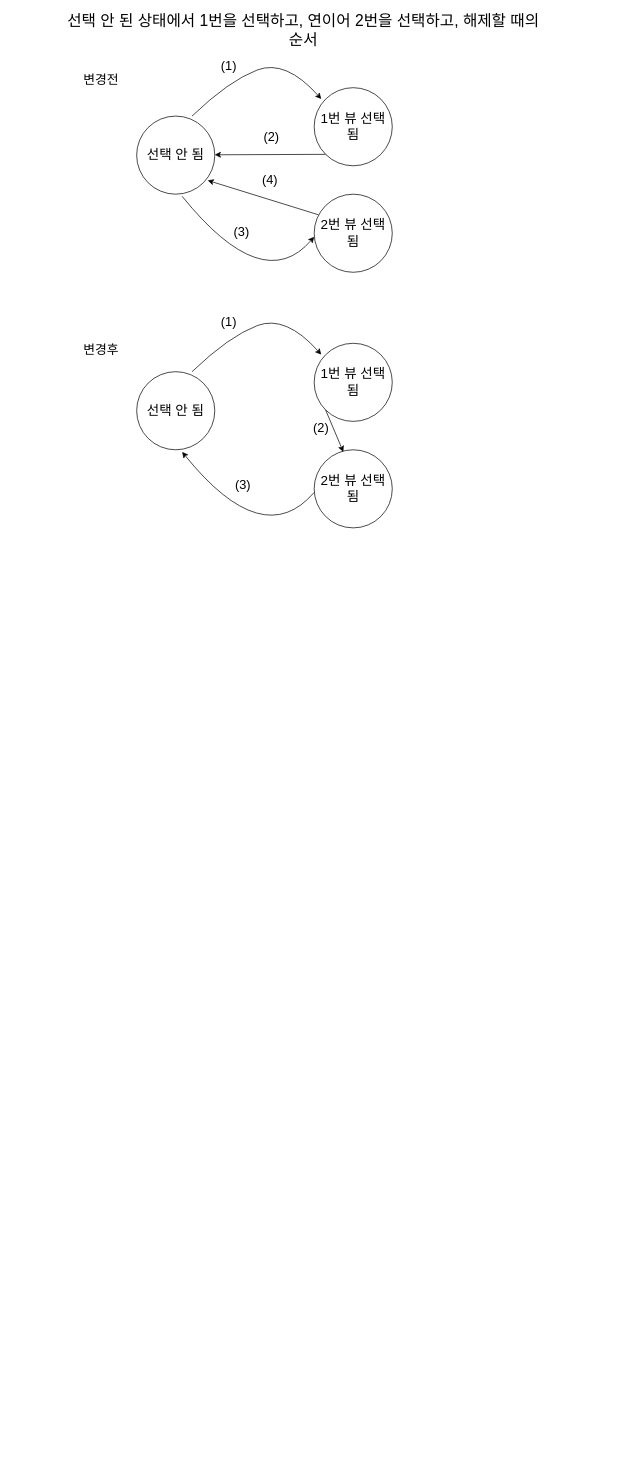
Earlier version of the draw.io diagram MarkerView.drawio (pearl7721User1/DrawIOs). Source tidied: cells renumbered, new cells numbered last; positions are measured from the earlier drawing's top-left corner, leaving out a move shared by most shapes. Both pictures are drawn from the tidied source at 71%, with x=0, y=0 at pixel (58, 16).
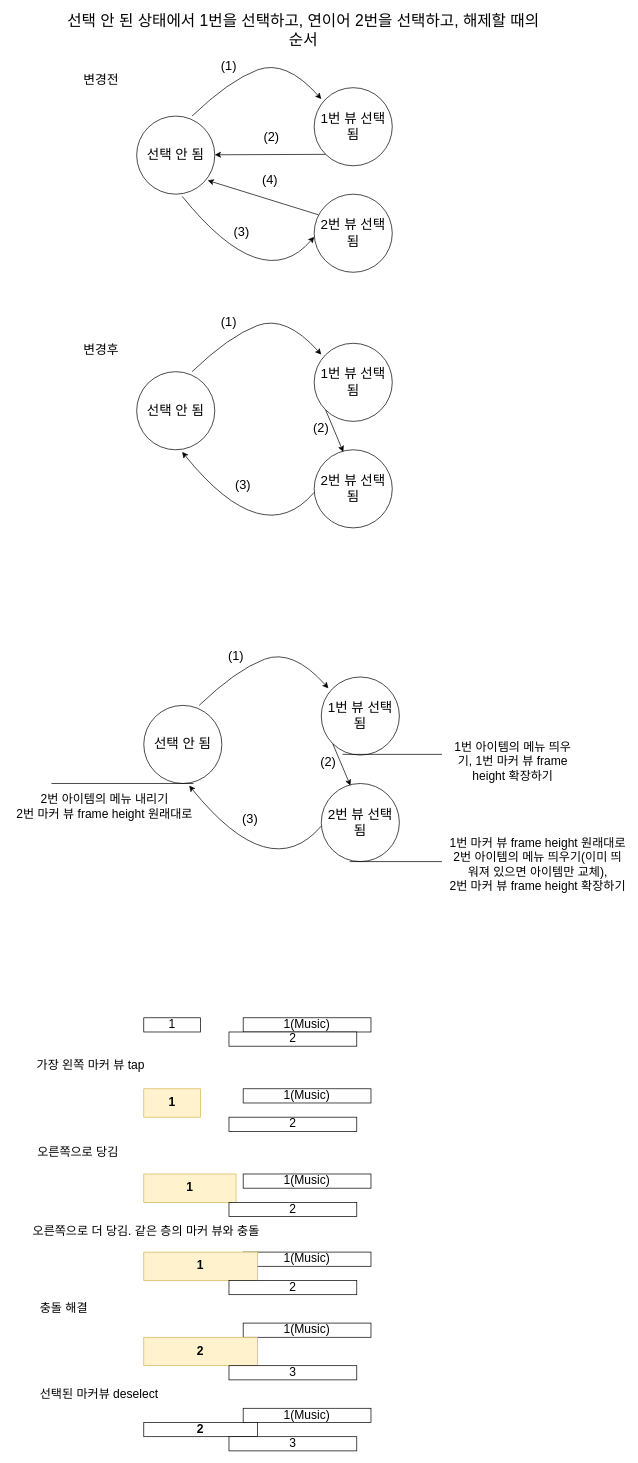
Above is the later version.

Change to the diagram source:
```diff
@@
+    <mxCell id="25" value="&lt;font style=&quot;font-size: 19px&quot;&gt;선택 안 됨&lt;/font&gt;" style="ellipse;whiteSpace=wrap;html=1;" parent="1" vertex="1">
+      <mxGeometry x="120" y="970" width="110" height="110" as="geometry" />
+    </mxCell>
+    <mxCell id="26" value="&lt;font style=&quot;font-size: 19px&quot;&gt;1번 뷰 선택됨&lt;/font&gt;" style="ellipse;whiteSpace=wrap;html=1;" parent="1" vertex="1">
+      <mxGeometry x="370" y="930" width="110" height="110" as="geometry" />
+    </mxCell>
+    <mxCell id="27" value="&lt;font style=&quot;font-size: 19px&quot;&gt;2번 뷰 선택됨&lt;/font&gt;" style="ellipse;whiteSpace=wrap;html=1;" parent="1" vertex="1">
+      <mxGeometry x="370" y="1080" width="110" height="110" as="geometry" />
+    </mxCell>
+    <mxCell id="28" style="curved=1;endArrow=classic;html=1;entryX=0.091;entryY=0.145;entryDx=0;entryDy=0;entryPerimeter=0;exitX=0.709;exitY=0;exitDx=0;exitDy=0;exitPerimeter=0;" parent="1" edge="1" source="25" target="26">
+      <mxGeometry relative="1" as="geometry">
+        <Array as="points">
+          <mxPoint x="250" y="920" />
+          <mxPoint x="330" y="890" />
+        </Array>
+      </mxGeometry>
+    </mxCell>
+    <mxCell id="29" style="curved=1;endArrow=none;html=1;entryX=0.091;entryY=0.145;entryDx=0;entryDy=0;entryPerimeter=0;exitX=0.582;exitY=1.027;exitDx=0;exitDy=0;exitPerimeter=0;startArrow=classic;startFill=1;endFill=0;" parent="1" edge="1" source="25">
+      <mxGeometry relative="1" as="geometry">
+        <mxPoint x="370" y="1140" as="targetPoint" />
+        <Array as="points">
+          <mxPoint x="298" y="1224" />
+        </Array>
+      </mxGeometry>
+    </mxCell>
+    <mxCell id="30" style="endArrow=classic;html=1;exitX=0;exitY=1;exitDx=0;exitDy=0;entryX=0.373;entryY=0.027;entryDx=0;entryDy=0;entryPerimeter=0;" parent="1" edge="1" source="26" target="27">
+      <mxGeometry relative="1" as="geometry" />
+    </mxCell>
+    <mxCell id="31" value="(1)" style="text;html=1;strokeColor=none;fillColor=none;align=center;verticalAlign=middle;whiteSpace=wrap;rounded=0;fontSize=18;" parent="1" vertex="1">
+      <mxGeometry x="230" y="890" width="40" height="20" as="geometry" />
+    </mxCell>
+    <mxCell id="32" value="(2)" style="text;html=1;strokeColor=none;fillColor=none;align=center;verticalAlign=middle;whiteSpace=wrap;rounded=0;fontSize=18;" parent="1" vertex="1">
+      <mxGeometry x="360" y="1040" width="40" height="20" as="geometry" />
+    </mxCell>
+    <mxCell id="33" value="(3)" style="text;html=1;strokeColor=none;fillColor=none;align=center;verticalAlign=middle;whiteSpace=wrap;rounded=0;fontSize=18;" parent="1" vertex="1">
+      <mxGeometry x="250" y="1120" width="40" height="20" as="geometry" />
+    </mxCell>
+    <mxCell id="34" style="endArrow=none;html=1;" parent="1" edge="1">
+      <mxGeometry relative="1" as="geometry">
+        <mxPoint x="400" y="1039" as="sourcePoint" />
+        <mxPoint x="540" y="1039" as="targetPoint" />
+      </mxGeometry>
+    </mxCell>
+    <mxCell id="35" style="endArrow=none;html=1;" parent="1" edge="1">
+      <mxGeometry relative="1" as="geometry">
+        <mxPoint x="410" y="1190" as="sourcePoint" />
+        <mxPoint x="540" y="1190" as="targetPoint" />
+      </mxGeometry>
+    </mxCell>
+    <mxCell id="36" value="1번 아이템의 메뉴 띄우기, 1번 마커 뷰 frame height 확장하기" style="text;html=1;strokeColor=none;fillColor=none;align=center;verticalAlign=middle;whiteSpace=wrap;rounded=0;fontSize=17;" parent="1" vertex="1">
+      <mxGeometry x="550" y="1000" width="180" height="100" as="geometry" />
+    </mxCell>
+    <mxCell id="37" value="1번 마커 뷰 frame height 원래대로&lt;br&gt;2번 아이템의 메뉴 띄우기(이미 띄워져 있으면 아이템만 교체), &lt;br&gt;2번 마커 뷰 frame height 확장하기" style="text;html=1;strokeColor=none;fillColor=none;align=center;verticalAlign=middle;whiteSpace=wrap;rounded=0;fontSize=17;" parent="1" vertex="1">
+      <mxGeometry x="550" y="1145" width="250" height="100" as="geometry" />
+    </mxCell>
+    <mxCell id="38" style="endArrow=none;html=1;" parent="1" edge="1">
+      <mxGeometry relative="1" as="geometry">
+        <mxPoint x="-10" y="1080" as="sourcePoint" />
+        <mxPoint x="190" y="1080" as="targetPoint" />
+      </mxGeometry>
+    </mxCell>
+    <mxCell id="39" value="2번 아이템의 메뉴 내리기&lt;br&gt;2번 마커 뷰 frame height 원래대로" style="text;html=1;strokeColor=none;fillColor=none;align=center;verticalAlign=middle;whiteSpace=wrap;rounded=0;fontSize=17;" parent="1" vertex="1">
+      <mxGeometry x="-60" y="1080" width="250" height="65" as="geometry" />
+    </mxCell>
+    <mxCell id="40" value="1(Music)" style="rounded=0;whiteSpace=wrap;html=1;fontSize=17;" parent="1" vertex="1">
+      <mxGeometry x="260" y="1410" width="180" height="20" as="geometry" />
+    </mxCell>
+    <mxCell id="41" value="1" style="rounded=0;whiteSpace=wrap;html=1;fontSize=17;" parent="1" vertex="1">
+      <mxGeometry x="120" y="1410" width="80" height="20" as="geometry" />
+    </mxCell>
+    <mxCell id="42" value="2" style="rounded=0;whiteSpace=wrap;html=1;fontSize=17;" parent="1" vertex="1">
+      <mxGeometry x="240" y="1430" width="180" height="20" as="geometry" />
+    </mxCell>
+    <mxCell id="43" value="1(Music)" style="rounded=0;whiteSpace=wrap;html=1;fontSize=17;" parent="1" vertex="1">
+      <mxGeometry x="260" y="1510" width="180" height="20" as="geometry" />
+    </mxCell>
+    <mxCell id="44" value="1" style="rounded=0;whiteSpace=wrap;html=1;fontSize=17;fontStyle=1;fillColor=#fff2cc;strokeColor=#d6b656;" parent="1" vertex="1">
+      <mxGeometry x="120" y="1510" width="80" height="40" as="geometry" />
+    </mxCell>
+    <mxCell id="45" value="2" style="rounded=0;whiteSpace=wrap;html=1;fontSize=17;" parent="1" vertex="1">
+      <mxGeometry x="240" y="1550" width="180" height="20" as="geometry" />
+    </mxCell>
+    <mxCell id="46" value="1(Music)" style="rounded=0;whiteSpace=wrap;html=1;fontSize=17;" parent="1" vertex="1">
+      <mxGeometry x="260" y="1630" width="180" height="20" as="geometry" />
+    </mxCell>
+    <mxCell id="47" value="1" style="rounded=0;whiteSpace=wrap;html=1;fontSize=17;fontStyle=1;fillColor=#fff2cc;strokeColor=#d6b656;" parent="1" vertex="1">
+      <mxGeometry x="120" y="1630" width="130" height="40" as="geometry" />
+    </mxCell>
+    <mxCell id="48" value="2" style="rounded=0;whiteSpace=wrap;html=1;fontSize=17;" parent="1" vertex="1">
+      <mxGeometry x="240" y="1670" width="180" height="20" as="geometry" />
+    </mxCell>
+    <mxCell id="49" value="1(Music)" style="rounded=0;whiteSpace=wrap;html=1;fontSize=17;" parent="1" vertex="1">
+      <mxGeometry x="260" y="1740" width="180" height="20" as="geometry" />
+    </mxCell>
+    <mxCell id="50" value="1" style="rounded=0;whiteSpace=wrap;html=1;fontSize=17;fontStyle=1;fillColor=#fff2cc;strokeColor=#d6b656;" parent="1" vertex="1">
+      <mxGeometry x="120" y="1740" width="160" height="40" as="geometry" />
+    </mxCell>
+    <mxCell id="51" value="2" style="rounded=0;whiteSpace=wrap;html=1;fontSize=17;" parent="1" vertex="1">
+      <mxGeometry x="240" y="1780" width="180" height="20" as="geometry" />
+    </mxCell>
+    <mxCell id="52" value="1(Music)" style="rounded=0;whiteSpace=wrap;html=1;fontSize=17;" parent="1" vertex="1">
+      <mxGeometry x="260" y="1840" width="180" height="20" as="geometry" />
+    </mxCell>
+    <mxCell id="53" value="2" style="rounded=0;whiteSpace=wrap;html=1;fontSize=17;fontStyle=1;fillColor=#fff2cc;strokeColor=#d6b656;" parent="1" vertex="1">
+      <mxGeometry x="120" y="1860" width="160" height="40" as="geometry" />
+    </mxCell>
+    <mxCell id="54" value="3" style="rounded=0;whiteSpace=wrap;html=1;fontSize=17;" parent="1" vertex="1">
+      <mxGeometry x="240" y="1900" width="180" height="20" as="geometry" />
+    </mxCell>
+    <mxCell id="55" value="1(Music)" style="rounded=0;whiteSpace=wrap;html=1;fontSize=17;" parent="1" vertex="1">
+      <mxGeometry x="260" y="1960" width="180" height="20" as="geometry" />
+    </mxCell>
+    <mxCell id="56" value="2" style="rounded=0;whiteSpace=wrap;html=1;fontSize=17;fontStyle=1;" parent="1" vertex="1">
+      <mxGeometry x="120" y="1980" width="160" height="20" as="geometry" />
+    </mxCell>
+    <mxCell id="57" value="3" style="rounded=0;whiteSpace=wrap;html=1;fontSize=17;" parent="1" vertex="1">
+      <mxGeometry x="240" y="2000" width="180" height="20" as="geometry" />
+    </mxCell>
+    <mxCell id="58" value="가장 왼쪽 마커 뷰 tap" style="text;html=1;strokeColor=none;fillColor=none;align=center;verticalAlign=middle;whiteSpace=wrap;rounded=0;fontSize=17;" parent="1" vertex="1">
+      <mxGeometry x="-47" y="1468" width="185" height="20" as="geometry" />
+    </mxCell>
+    <mxCell id="59" value="오른쪽으로 당김" style="text;html=1;strokeColor=none;fillColor=none;align=center;verticalAlign=middle;whiteSpace=wrap;rounded=0;fontSize=17;" parent="1" vertex="1">
+      <mxGeometry x="-65" y="1590" width="185" height="20" as="geometry" />
+    </mxCell>
+    <mxCell id="60" value="오른쪽으로 더 당김. 같은 층의 마커 뷰와 충돌" style="text;html=1;strokeColor=none;fillColor=none;align=center;verticalAlign=middle;whiteSpace=wrap;rounded=0;fontSize=17;" parent="1" vertex="1">
+      <mxGeometry x="-39" y="1701" width="325" height="20" as="geometry" />
+    </mxCell>
+    <mxCell id="61" value="충돌 해결" style="text;html=1;strokeColor=none;fillColor=none;align=left;verticalAlign=middle;whiteSpace=wrap;rounded=0;fontSize=17;" parent="1" vertex="1">
+      <mxGeometry x="-28" y="1810" width="325" height="20" as="geometry" />
+    </mxCell>
+    <mxCell id="62" value="선택된 마커뷰 deselect" style="text;html=1;strokeColor=none;fillColor=none;align=left;verticalAlign=middle;whiteSpace=wrap;rounded=0;fontSize=17;" parent="1" vertex="1">
+      <mxGeometry x="-28" y="1931" width="325" height="20" as="geometry" />
+    </mxCell>
```
